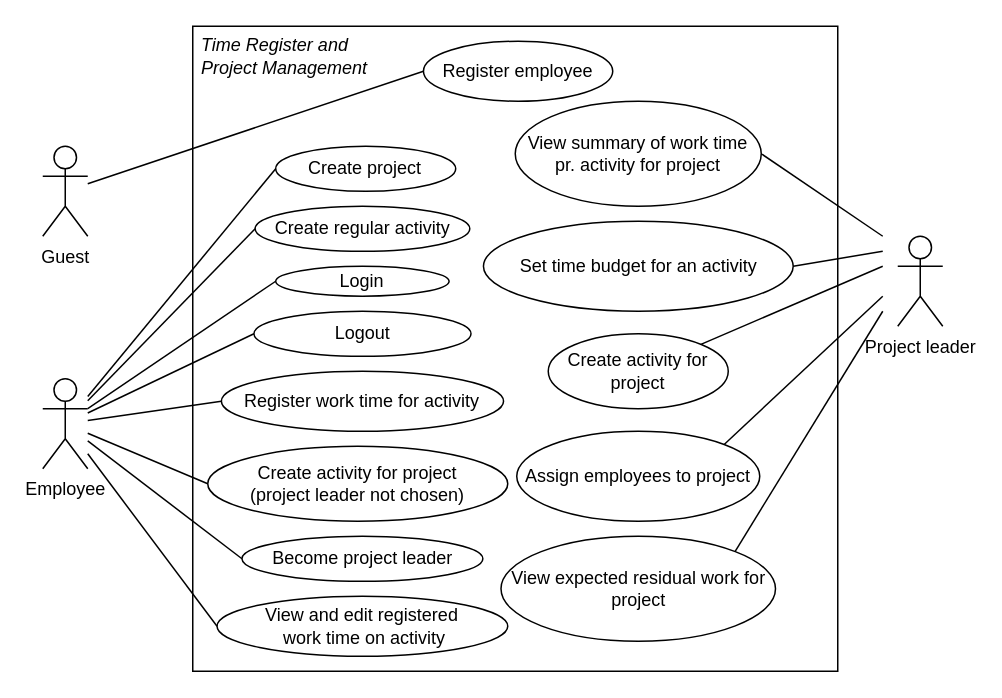
The draw.io diagram RequirementsAndDesign/Diagrams/Timeregistrering og projektstyring.drawio in rwiuff/02161ExamProject, before the edit. Source tidied: cells renumbered, new cells numbered last; positions are measured from the earlier drawing's top-left corner, leaving out a move shared by most shapes. Both pictures are drawn from the tidied source at 150%, with x=0, y=0 at pixel (42, 26).
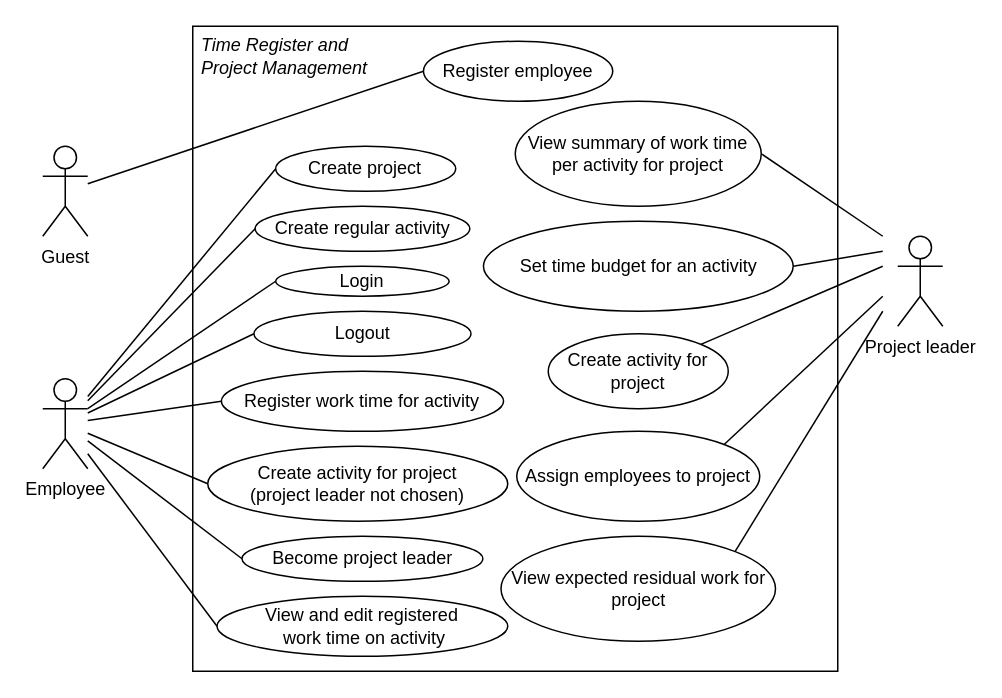
The same page after the edit.

What changed in the source:
```diff
@@
-    <mxCell id="14" value="View summary of work time pr. activity for project" style="ellipse;whiteSpace=wrap;html=1;" parent="1" vertex="1">
+    <mxCell id="14" value="View summary of work time per activity for project" style="ellipse;whiteSpace=wrap;html=1;" parent="1" vertex="1">
       <mxGeometry x="315" y="50" width="164" height="70" as="geometry" />
     </mxCell>
```
